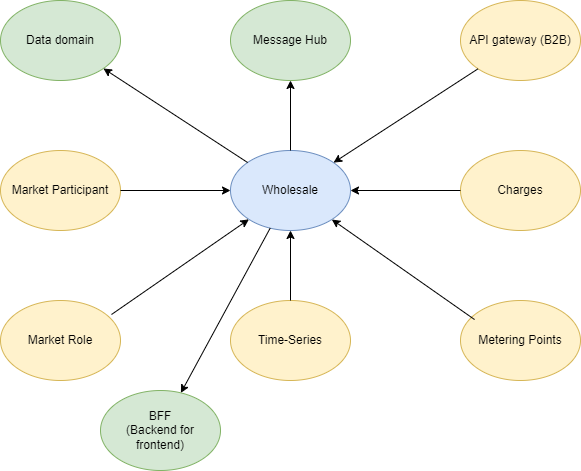
Energinet-DataHub/opengeh-wholesale keeps this draw.io diagram as docs/images/context-map.drawio.png. Above is the earlier version. Source tidied: cells renumbered, new cells last; positions are measured from the earlier drawing's top-left corner, leaving out a move shared by most shapes.
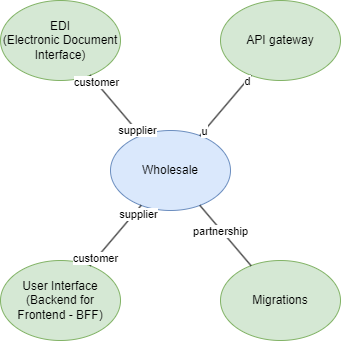
Later version of the same file.

Commit message:
doc: Update context map and architecture drawing (#715)

The edit, as a diff of the source:
```diff
@@ -2,64 +2,55 @@
   <root>
     <mxCell id="0" />
     <mxCell id="1" parent="0" />
-    <mxCell id="2" value="Message Hub" style="ellipse;whiteSpace=wrap;html=1;fillColor=#d5e8d4;strokeColor=#82b366;" parent="1" vertex="1">
-      <mxGeometry x="230" width="120" height="80" as="geometry" />
+    <mxCell id="2" value="EDI&lt;br&gt;(Electronic Document Interface)" style="ellipse;whiteSpace=wrap;html=1;fillColor=#d5e8d4;strokeColor=#82b366;" parent="1" vertex="1">
+      <mxGeometry x="130" y="10" width="120" height="80" as="geometry" />
     </mxCell>
-    <mxCell id="3" value="API gateway (B2B)" style="ellipse;whiteSpace=wrap;html=1;fillColor=#fff2cc;strokeColor=#d6b656;" parent="1" vertex="1">
-      <mxGeometry x="460" width="120" height="80" as="geometry" />
+    <mxCell id="3" value="API gateway" style="ellipse;whiteSpace=wrap;html=1;fillColor=#d5e8d4;strokeColor=#82b366;" parent="1" vertex="1">
+      <mxGeometry x="350" y="10" width="120" height="80" as="geometry" />
     </mxCell>
     <mxCell id="4" value="Wholesale" style="ellipse;whiteSpace=wrap;html=1;fillColor=#dae8fc;strokeColor=#6c8ebf;" parent="1" vertex="1">
-      <mxGeometry x="230" y="150" width="120" height="80" as="geometry" />
+      <mxGeometry x="240" y="140" width="120" height="80" as="geometry" />
     </mxCell>
-    <mxCell id="5" value="Charges" style="ellipse;whiteSpace=wrap;html=1;fillColor=#fff2cc;strokeColor=#d6b656;" parent="1" vertex="1">
-      <mxGeometry x="460" y="150" width="120" height="80" as="geometry" />
-    </mxCell>
-    <mxCell id="6" value="Time-Series" style="ellipse;whiteSpace=wrap;html=1;fillColor=#fff2cc;strokeColor=#d6b656;" parent="1" vertex="1">
-      <mxGeometry x="230" y="300" width="120" height="80" as="geometry" />
-    </mxCell>
-    <mxCell id="7" value="Metering Points" style="ellipse;whiteSpace=wrap;html=1;fillColor=#fff2cc;strokeColor=#d6b656;" parent="1" vertex="1">
-      <mxGeometry x="460" y="300" width="120" height="80" as="geometry" />
-    </mxCell>
-    <mxCell id="8" value="Market Participant" style="ellipse;whiteSpace=wrap;html=1;fillColor=#fff2cc;strokeColor=#d6b656;" parent="1" vertex="1">
-      <mxGeometry y="150" width="120" height="80" as="geometry" />
-    </mxCell>
-    <mxCell id="9" value="Market Role" style="ellipse;whiteSpace=wrap;html=1;fillColor=#fff2cc;strokeColor=#d6b656;" parent="1" vertex="1">
-      <mxGeometry y="300" width="120" height="80" as="geometry" />
-    </mxCell>
-    <mxCell id="10" style="endArrow=classic;html=1;rounded=0;exitX=0.5;exitY=0;exitDx=0;exitDy=0;" parent="1" edge="1" source="6">
-      <mxGeometry relative="1" as="geometry">
-        <mxPoint x="290" y="230" as="targetPoint" />
-      </mxGeometry>
-    </mxCell>
-    <mxCell id="11" style="endArrow=classic;html=1;rounded=0;exitX=0.925;exitY=0.175;exitDx=0;exitDy=0;exitPerimeter=0;" parent="1" edge="1" source="9" target="4">
-      <mxGeometry relative="1" as="geometry" />
-    </mxCell>
-    <mxCell id="12" style="endArrow=classic;html=1;rounded=0;exitX=0.117;exitY=0.238;exitDx=0;exitDy=0;exitPerimeter=0;" parent="1" edge="1" source="7" target="4">
-      <mxGeometry relative="1" as="geometry" />
-    </mxCell>
-    <mxCell id="13" style="endArrow=classic;html=1;rounded=0;exitX=0;exitY=0.5;exitDx=0;exitDy=0;" parent="1" edge="1" source="5" target="4">
-      <mxGeometry relative="1" as="geometry" />
-    </mxCell>
-    <mxCell id="14" style="endArrow=classic;html=1;rounded=0;exitX=0;exitY=1;exitDx=0;exitDy=0;" parent="1" edge="1" source="3" target="4">
+    <mxCell id="14" style="endArrow=none;html=1;rounded=0;endFill=0;" parent="1" edge="1" source="3" target="4">
       <mxGeometry relative="1" as="geometry" />
     </mxCell>
+    <mxCell id="21" value="u" style="edgeLabel;html=1;align=center;verticalAlign=middle;" parent="14" vertex="1">
+      <mxGeometry x="0.83" y="-1" relative="1" as="geometry">
+        <mxPoint y="1" as="offset" />
+      </mxGeometry>
+    </mxCell>
+    <mxCell id="22" value="d" style="edgeLabel;html=1;align=center;verticalAlign=middle;" parent="14" vertex="1">
+      <mxGeometry x="-0.82" y="1" relative="1" as="geometry" />
+    </mxCell>
-    <mxCell id="15" style="endArrow=classic;html=1;rounded=0;exitX=0.5;exitY=0;exitDx=0;exitDy=0;entryX=0.5;entryY=1;entryDx=0;entryDy=0;" parent="1" edge="1" source="4" target="2">
+    <mxCell id="15" style="endArrow=none;html=1;rounded=0;endFill=0;" parent="1" edge="1" source="4" target="2">
       <mxGeometry relative="1" as="geometry" />
     </mxCell>
-    <mxCell id="16" style="endArrow=classic;html=1;rounded=0;entryX=0;entryY=0.5;entryDx=0;entryDy=0;exitX=1;exitY=0.5;exitDx=0;exitDy=0;" parent="1" edge="1" source="8" target="4">
-      <mxGeometry relative="1" as="geometry" />
-    </mxCell>
+    <mxCell id="23" value="supplier" style="edgeLabel;html=1;align=center;verticalAlign=middle;" parent="15" vertex="1">
+      <mxGeometry x="-0.82" relative="1" as="geometry" />
+    </mxCell>
+    <mxCell id="24" value="customer" style="edgeLabel;html=1;align=center;verticalAlign=middle;" parent="15" vertex="1">
+      <mxGeometry x="0.77" relative="1" as="geometry" />
+    </mxCell>
-    <mxCell id="17" value="Data domain" style="ellipse;whiteSpace=wrap;html=1;fillColor=#d5e8d4;strokeColor=#82b366;" parent="1" vertex="1">
-      <mxGeometry width="120" height="80" as="geometry" />
+    <mxCell id="17" value="Migrations" style="ellipse;whiteSpace=wrap;html=1;fillColor=#d5e8d4;strokeColor=#82b366;" parent="1" vertex="1">
+      <mxGeometry x="350" y="270" width="120" height="80" as="geometry" />
     </mxCell>
-    <mxCell id="18" style="endArrow=classic;html=1;rounded=0;" parent="1" edge="1" source="4" target="17">
+    <mxCell id="18" style="endArrow=none;html=1;rounded=0;endFill=0;" parent="1" edge="1" source="4" target="17">
       <mxGeometry relative="1" as="geometry" />
     </mxCell>
+    <mxCell id="25" value="partnership" style="edgeLabel;html=1;align=center;verticalAlign=middle;" parent="18" vertex="1">
+      <mxGeometry x="-0.16" y="-1" relative="1" as="geometry" />
+    </mxCell>
-    <mxCell id="19" value="BFF&lt;br&gt;(Backend for frontend)" style="ellipse;whiteSpace=wrap;html=1;fillColor=#d5e8d4;strokeColor=#82b366;" parent="1" vertex="1">
-      <mxGeometry x="100" y="390" width="120" height="80" as="geometry" />
+    <mxCell id="19" value="User Interface&lt;br&gt;(Backend for Frontend - BFF)" style="ellipse;whiteSpace=wrap;html=1;fillColor=#d5e8d4;strokeColor=#82b366;" parent="1" vertex="1">
+      <mxGeometry x="130" y="270" width="120" height="80" as="geometry" />
     </mxCell>
-    <mxCell id="20" style="endArrow=classic;html=1;rounded=0;" parent="1" edge="1" source="4" target="19">
+    <mxCell id="20" style="endArrow=none;html=1;rounded=0;startArrow=none;startFill=0;endFill=0;" parent="1" edge="1" source="4" target="19">
       <mxGeometry relative="1" as="geometry" />
     </mxCell>
+    <mxCell id="26" value="supplier" style="edgeLabel;html=1;align=center;verticalAlign=middle;" parent="20" vertex="1">
+      <mxGeometry x="-0.78" y="3" relative="1" as="geometry" />
+    </mxCell>
+    <mxCell id="27" value="customer" style="edgeLabel;html=1;align=center;verticalAlign=middle;" parent="20" vertex="1">
+      <mxGeometry x="0.78" y="-1" relative="1" as="geometry" />
+    </mxCell>
   </root>
 </mxGraphModel>
```
